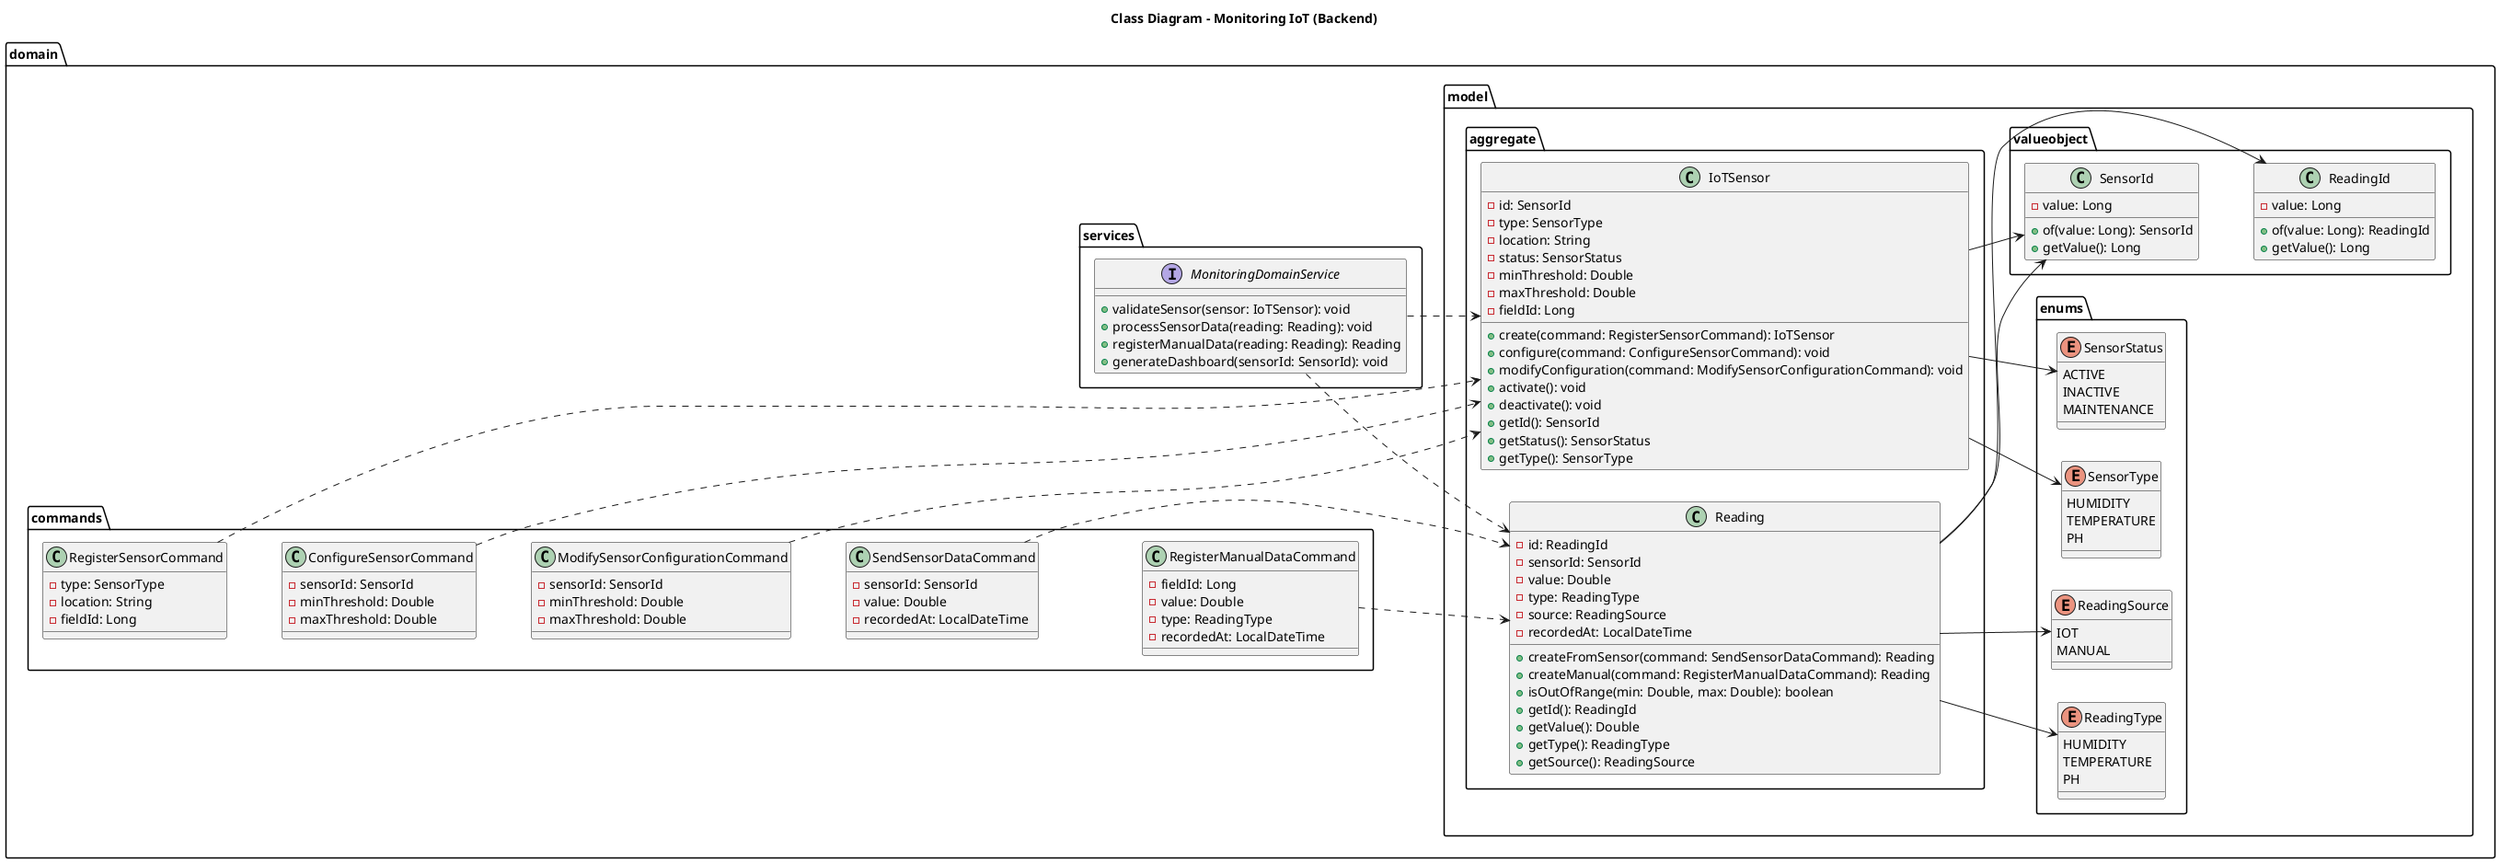
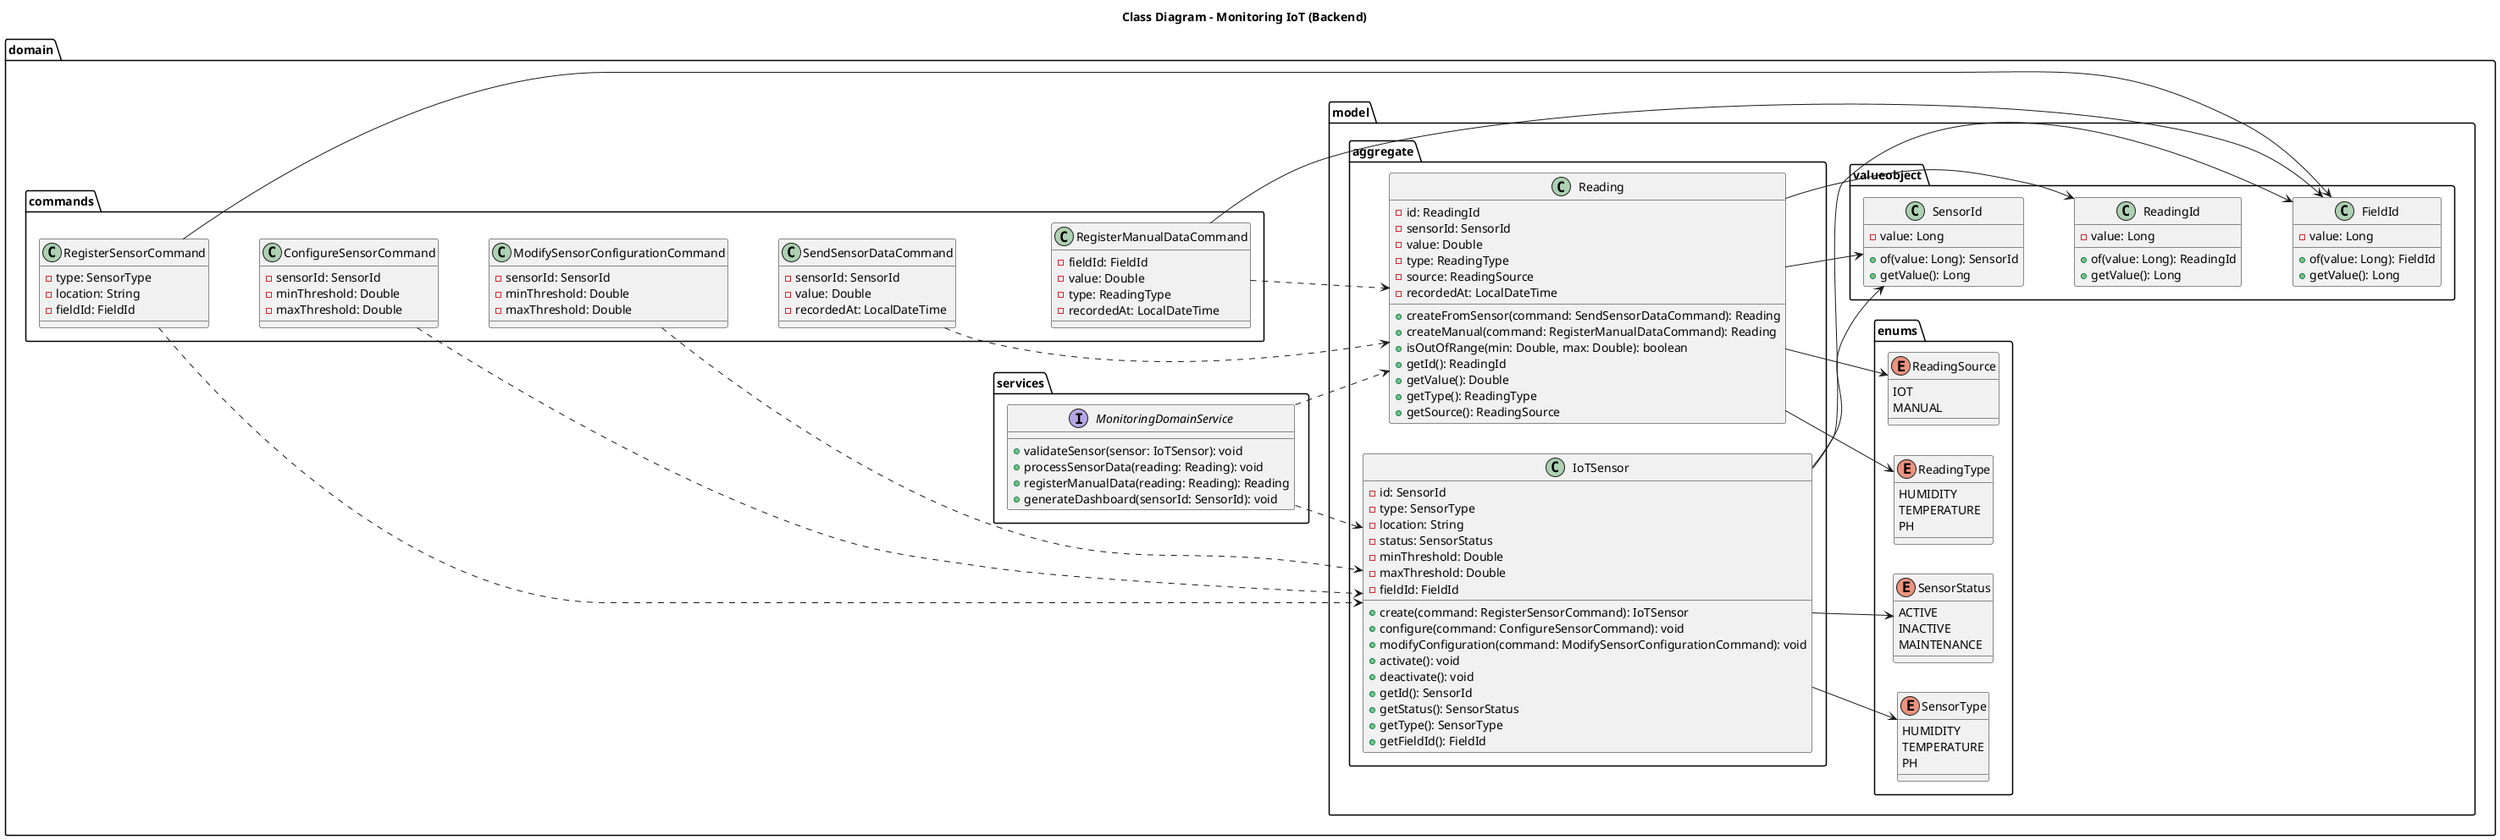
@startuml
left to right direction
title Class Diagram - Monitoring IoT (Backend)

package "domain" {
  package "services" {
    interface MonitoringDomainService {
      +validateSensor(sensor: IoTSensor): void
      +processSensorData(reading: Reading): void
      +registerManualData(reading: Reading): Reading
      +generateDashboard(sensorId: SensorId): void
    }
  }

  package "commands" {
    class RegisterSensorCommand {
      -type: SensorType
      -location: String
-       -fieldId: Long
+       -fieldId: FieldId
    }
    class ConfigureSensorCommand {
      -sensorId: SensorId
      -minThreshold: Double
      -maxThreshold: Double
    }
    class ModifySensorConfigurationCommand {
      -sensorId: SensorId
      -minThreshold: Double
      -maxThreshold: Double
    }
    class SendSensorDataCommand {
      -sensorId: SensorId
      -value: Double
      -recordedAt: LocalDateTime
    }
    class RegisterManualDataCommand {
-       -fieldId: Long
+       -fieldId: FieldId
      -value: Double
      -type: ReadingType
      -recordedAt: LocalDateTime
    }

    RegisterSensorCommand -[hidden]down- ConfigureSensorCommand
    ConfigureSensorCommand -[hidden]down- ModifySensorConfigurationCommand
    ModifySensorConfigurationCommand -[hidden]down- SendSensorDataCommand
    SendSensorDataCommand -[hidden]down- RegisterManualDataCommand
  }

  package "model" {
    package "aggregate" {
      class IoTSensor {
        -id: SensorId
        -type: SensorType
        -location: String
        -status: SensorStatus
        -minThreshold: Double
        -maxThreshold: Double
-         -fieldId: Long
+         -fieldId: FieldId
        +create(command: RegisterSensorCommand): IoTSensor
        +configure(command: ConfigureSensorCommand): void
        +modifyConfiguration(command: ModifySensorConfigurationCommand): void
        +activate(): void
        +deactivate(): void
        +getId(): SensorId
        +getStatus(): SensorStatus
        +getType(): SensorType
+         +getFieldId(): FieldId
      }

      class Reading {
        -id: ReadingId
        -sensorId: SensorId
        -value: Double
        -type: ReadingType
        -source: ReadingSource
        -recordedAt: LocalDateTime
        +createFromSensor(command: SendSensorDataCommand): Reading
        +createManual(command: RegisterManualDataCommand): Reading
        +isOutOfRange(min: Double, max: Double): boolean
        +getId(): ReadingId
        +getValue(): Double
        +getType(): ReadingType
        +getSource(): ReadingSource
      }

      IoTSensor -[hidden]right- Reading
    }

    package "valueobject" {
      class SensorId {
        -value: Long
        +of(value: Long): SensorId
        +getValue(): Long
      }
      class ReadingId {
        -value: Long
        +of(value: Long): ReadingId
        +getValue(): Long
      }
+       class FieldId {
+         -value: Long
+         +of(value: Long): FieldId
+         +getValue(): Long
+       }

      SensorId -[hidden]down- ReadingId
+       ReadingId -[hidden]down- FieldId
    }

    package "enums" {
      enum SensorType {
        HUMIDITY
        TEMPERATURE
        PH
      }
      enum SensorStatus {
        ACTIVE
        INACTIVE
        MAINTENANCE
      }
      enum ReadingType {
        HUMIDITY
        TEMPERATURE
        PH
      }
      enum ReadingSource {
        IOT
        MANUAL
      }

      SensorType -[hidden]right- SensorStatus
      ReadingType -[hidden]right- ReadingSource
    }
  }
}

RegisterSensorCommand ..> IoTSensor
ConfigureSensorCommand ..> IoTSensor
ModifySensorConfigurationCommand ..> IoTSensor
SendSensorDataCommand ..> Reading
RegisterManualDataCommand ..> Reading

IoTSensor --> SensorId
IoTSensor --> SensorType
IoTSensor --> SensorStatus
+ IoTSensor --> FieldId
+ 
Reading --> ReadingId
Reading --> SensorId
Reading --> ReadingType
Reading --> ReadingSource

+ RegisterSensorCommand --> FieldId
+ RegisterManualDataCommand --> FieldId
+ 
MonitoringDomainService ..> IoTSensor
MonitoringDomainService ..> Reading

@enduml